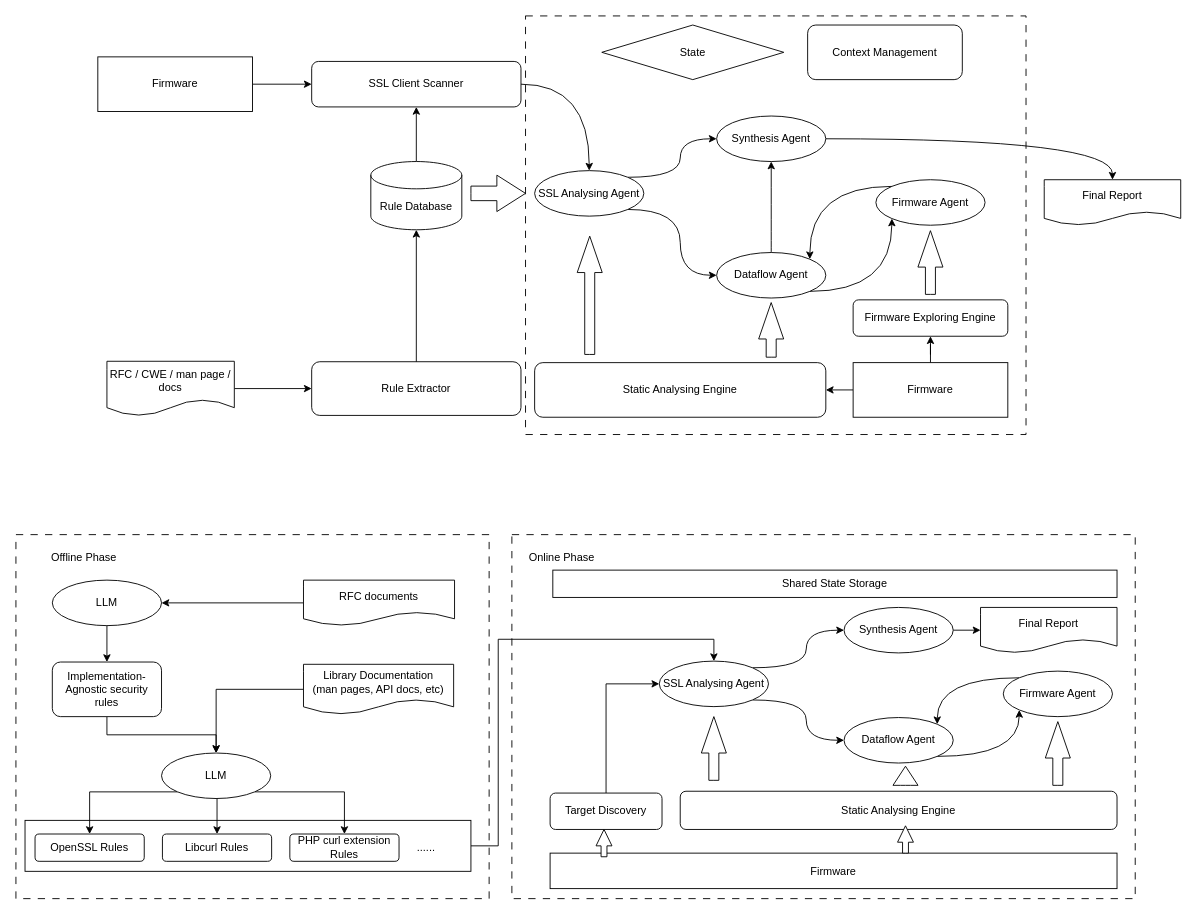
Above: docs/paper/figures/overview.drawio in imnuke/tlscan (draw.io), before the change. Source tidied: cells renumbered, new cells numbered last; positions are measured from the earlier drawing's top-left corner, leaving out a move shared by most shapes. Both pictures are drawn from the tidied source at 91%, with x=0, y=0 at pixel (15, 15).
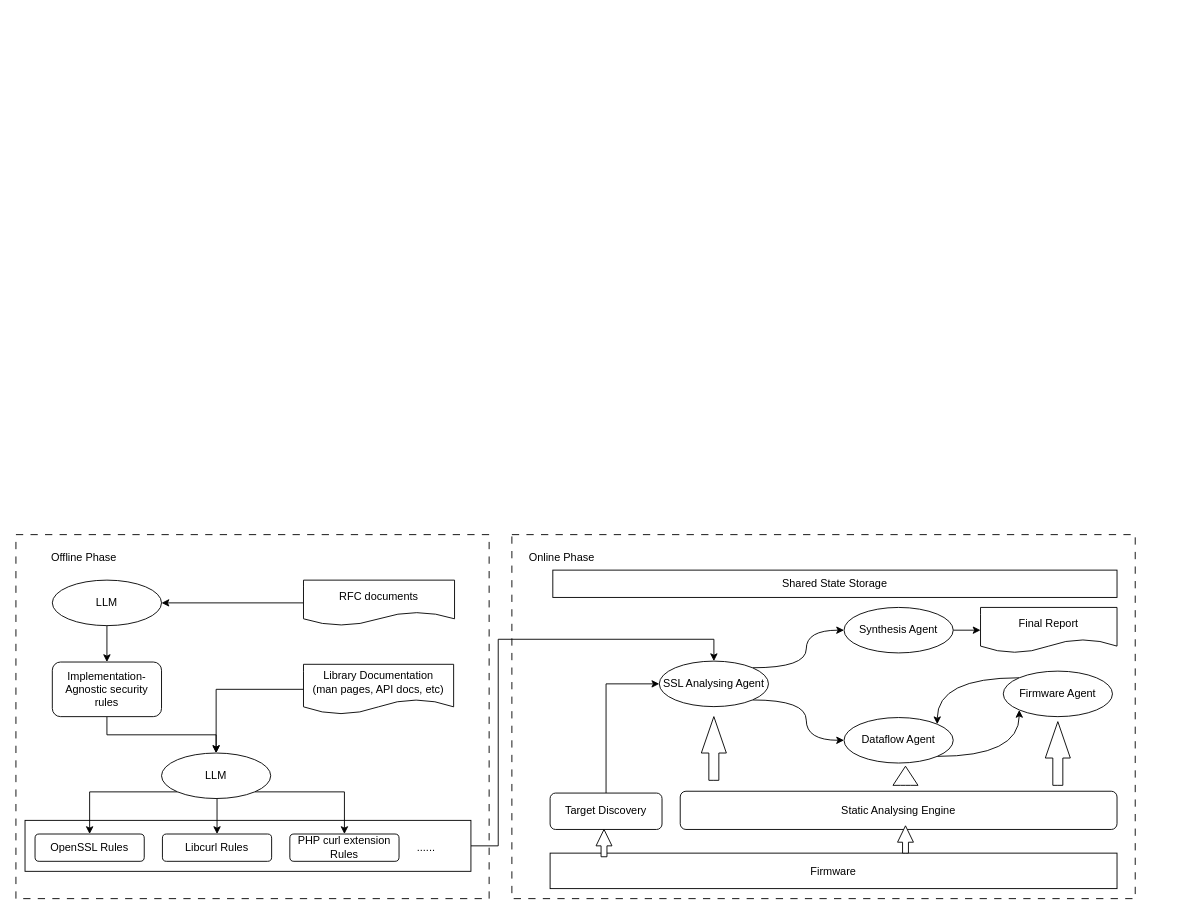
After the change.

Commit message:
docs(paper): clean up overview diagram

What changed in the source:
```diff
@@
-    <mxCell id="3" style="rounded=0;whiteSpace=wrap;html=1;fillColor=none;dashed=1;dashPattern=8 8;" parent="1" vertex="1">
-      <mxGeometry x="560" width="550" height="460" as="geometry" />
-    </mxCell>
@@
-    <mxCell id="6" style="edgeStyle=orthogonalEdgeStyle;rounded=0;jettySize=auto;html=1;exitX=1;exitY=1;exitDx=0;exitDy=0;entryX=0;entryY=0.5;entryDx=0;entryDy=0;curved=1;" parent="1" edge="1" source="8" target="11">
-      <mxGeometry relative="1" as="geometry" />
-    </mxCell>
-    <mxCell id="7" style="edgeStyle=orthogonalEdgeStyle;rounded=0;jettySize=auto;html=1;exitX=1;exitY=0;exitDx=0;exitDy=0;entryX=0;entryY=0.5;entryDx=0;entryDy=0;curved=1;" parent="1" edge="1" source="8" target="15">
-      <mxGeometry relative="1" as="geometry" />
-    </mxCell>
-    <mxCell id="8" value="SSL Analysing Agent" style="ellipse;whiteSpace=wrap;html=1;" parent="1" vertex="1">
-      <mxGeometry x="570" y="170" width="120" height="50" as="geometry" />
-    </mxCell>
-    <mxCell id="9" style="edgeStyle=orthogonalEdgeStyle;rounded=0;jettySize=auto;html=1;exitX=1;exitY=1;exitDx=0;exitDy=0;entryX=0;entryY=1;entryDx=0;entryDy=0;curved=1;" parent="1" edge="1" source="11" target="13">
-      <mxGeometry relative="1" as="geometry" />
-    </mxCell>
-    <mxCell id="10" style="edgeStyle=orthogonalEdgeStyle;rounded=0;jettySize=auto;html=1;exitX=0.5;exitY=0;exitDx=0;exitDy=0;entryX=0.5;entryY=1;entryDx=0;entryDy=0;curved=1;" parent="1" edge="1" source="11" target="15">
-      <mxGeometry relative="1" as="geometry" />
-    </mxCell>
-    <mxCell id="11" value="Dataflow Agent" style="ellipse;whiteSpace=wrap;html=1;" parent="1" vertex="1">
-      <mxGeometry x="770" y="260" width="120" height="50" as="geometry" />
-    </mxCell>
-    <mxCell id="12" style="edgeStyle=orthogonalEdgeStyle;rounded=0;jettySize=auto;html=1;exitX=0;exitY=0;exitDx=0;exitDy=0;entryX=1;entryY=0;entryDx=0;entryDy=0;curved=1;" parent="1" edge="1" source="13" target="11">
-      <mxGeometry relative="1" as="geometry" />
-    </mxCell>
-    <mxCell id="13" value="Firmware Agent" style="ellipse;whiteSpace=wrap;html=1;" parent="1" vertex="1">
-      <mxGeometry x="945" y="180" width="120" height="50" as="geometry" />
-    </mxCell>
-    <mxCell id="14" style="edgeStyle=orthogonalEdgeStyle;rounded=0;jettySize=auto;html=1;exitX=1;exitY=0.5;exitDx=0;exitDy=0;entryX=0.5;entryY=0;entryDx=0;entryDy=0;curved=1;" parent="1" edge="1" source="15" target="16">
-      <mxGeometry relative="1" as="geometry" />
-    </mxCell>
-    <mxCell id="15" value="Synthesis Agent" style="ellipse;whiteSpace=wrap;html=1;" parent="1" vertex="1">
-      <mxGeometry x="770" y="110" width="120" height="50" as="geometry" />
-    </mxCell>
-    <mxCell id="16" value="Final Report" style="shape=document;whiteSpace=wrap;html=1;boundedLbl=1;" parent="1" vertex="1">
-      <mxGeometry x="1130" y="180" width="150" height="50" as="geometry" />
-    </mxCell>
-    <mxCell id="17" value="State" style="rhombus;whiteSpace=wrap;html=1;" parent="1" vertex="1">
-      <mxGeometry x="643.8" y="10" width="200" height="60" as="geometry" />
-    </mxCell>
-    <mxCell id="18" style="edgeStyle=orthogonalEdgeStyle;rounded=0;jettySize=auto;html=1;" parent="1" edge="1" source="20" target="25">
-      <mxGeometry relative="1" as="geometry" />
-    </mxCell>
-    <mxCell id="19" style="edgeStyle=orthogonalEdgeStyle;rounded=0;jettySize=auto;html=1;exitX=0;exitY=0.5;exitDx=0;exitDy=0;entryX=1;entryY=0.5;entryDx=0;entryDy=0;" parent="1" edge="1" source="20" target="21">
-      <mxGeometry relative="1" as="geometry" />
-    </mxCell>
-    <mxCell id="20" value="Firmware" style="rounded=0;whiteSpace=wrap;html=1;" parent="1" vertex="1">
-      <mxGeometry x="920" y="381" width="170" height="60" as="geometry" />
-    </mxCell>
-    <mxCell id="21" value="Static Analysing Engine" style="rounded=1;whiteSpace=wrap;html=1;" parent="1" vertex="1">
-      <mxGeometry x="570" y="381" width="320" height="60" as="geometry" />
-    </mxCell>
-    <mxCell id="22" style="html=1;shadow=0;dashed=0;align=center;verticalAlign=middle;shape=mxgraph.arrows2.arrow;dy=0.6;dx=40;direction=north;notch=0;" parent="1" vertex="1">
-      <mxGeometry x="616.8" y="242" width="27.5" height="130" as="geometry" />
-    </mxCell>
-    <mxCell id="23" style="html=1;shadow=0;dashed=0;align=center;verticalAlign=middle;shape=mxgraph.arrows2.arrow;dy=0.6;dx=40;direction=north;notch=0;" parent="1" vertex="1">
-      <mxGeometry x="816.2" y="315" width="27.5" height="60" as="geometry" />
-    </mxCell>
-    <mxCell id="24" value="Context Management" style="rounded=1;whiteSpace=wrap;html=1;" parent="1" vertex="1">
-      <mxGeometry x="870" y="10" width="170" height="60" as="geometry" />
-    </mxCell>
-    <mxCell id="25" value="Firmware Exploring Engine" style="rounded=1;whiteSpace=wrap;html=1;" parent="1" vertex="1">
-      <mxGeometry x="920" y="312" width="170" height="40" as="geometry" />
-    </mxCell>
-    <mxCell id="26" style="html=1;shadow=0;dashed=0;align=center;verticalAlign=middle;shape=mxgraph.arrows2.arrow;dy=0.6;dx=40;direction=north;notch=0;" parent="1" vertex="1">
-      <mxGeometry x="991.2" y="236" width="27.5" height="70" as="geometry" />
-    </mxCell>
-    <mxCell id="27" style="edgeStyle=orthogonalEdgeStyle;rounded=0;jettySize=auto;html=1;exitX=0.5;exitY=0;exitDx=0;exitDy=0;exitPerimeter=0;entryX=0.5;entryY=1;entryDx=0;entryDy=0;" parent="1" edge="1" source="28" target="32">
-      <mxGeometry relative="1" as="geometry" />
-    </mxCell>
-    <mxCell id="28" value="Rule Database" style="shape=cylinder3;whiteSpace=wrap;html=1;boundedLbl=1;backgroundOutline=1;size=15;shadow=0;" parent="1" vertex="1">
-      <mxGeometry x="390" y="160" width="100" height="75" as="geometry" />
-    </mxCell>
-    <mxCell id="29" style="html=1;shadow=0;dashed=0;align=center;verticalAlign=middle;shape=mxgraph.arrows2.arrow;dy=0.6;dx=31.5;notch=0;" parent="1" vertex="1">
-      <mxGeometry x="500" y="175" width="60" height="40" as="geometry" />
-    </mxCell>
-    <mxCell id="30" value="Rule Extractor" style="rounded=1;whiteSpace=wrap;html=1;shadow=0;" parent="1" vertex="1">
-      <mxGeometry x="325" y="380" width="230" height="59" as="geometry" />
-    </mxCell>
-    <mxCell id="31" style="edgeStyle=orthogonalEdgeStyle;rounded=0;jettySize=auto;html=1;exitX=1;exitY=0.5;exitDx=0;exitDy=0;curved=1;" parent="1" edge="1" source="32" target="8">
-      <mxGeometry relative="1" as="geometry" />
-    </mxCell>
-    <mxCell id="32" value="SSL Client Scanner" style="rounded=1;whiteSpace=wrap;html=1;shadow=0;" parent="1" vertex="1">
-      <mxGeometry x="325" y="50" width="230" height="50" as="geometry" />
-    </mxCell>
-    <mxCell id="33" style="edgeStyle=orthogonalEdgeStyle;rounded=0;jettySize=auto;html=1;" parent="1" edge="1" source="34" target="30">
-      <mxGeometry relative="1" as="geometry" />
-    </mxCell>
-    <mxCell id="34" value="RFC / CWE / man page / docs" style="shape=document;whiteSpace=wrap;html=1;boundedLbl=1;shadow=0;" parent="1" vertex="1">
-      <mxGeometry x="100" y="379.5" width="140" height="60" as="geometry" />
-    </mxCell>
-    <mxCell id="35" style="edgeStyle=orthogonalEdgeStyle;rounded=0;jettySize=auto;html=1;exitX=0.5;exitY=0;exitDx=0;exitDy=0;entryX=0.5;entryY=1;entryDx=0;entryDy=0;entryPerimeter=0;" parent="1" edge="1" source="30" target="28">
-      <mxGeometry relative="1" as="geometry" />
-    </mxCell>
-    <mxCell id="36" style="edgeStyle=orthogonalEdgeStyle;rounded=0;jettySize=auto;html=1;" parent="1" edge="1" source="37" target="32">
-      <mxGeometry relative="1" as="geometry" />
-    </mxCell>
-    <mxCell id="37" value="Firmware" style="rounded=0;whiteSpace=wrap;html=1;" parent="1" vertex="1">
-      <mxGeometry x="90" y="45" width="170" height="60" as="geometry" />
-    </mxCell>
```
